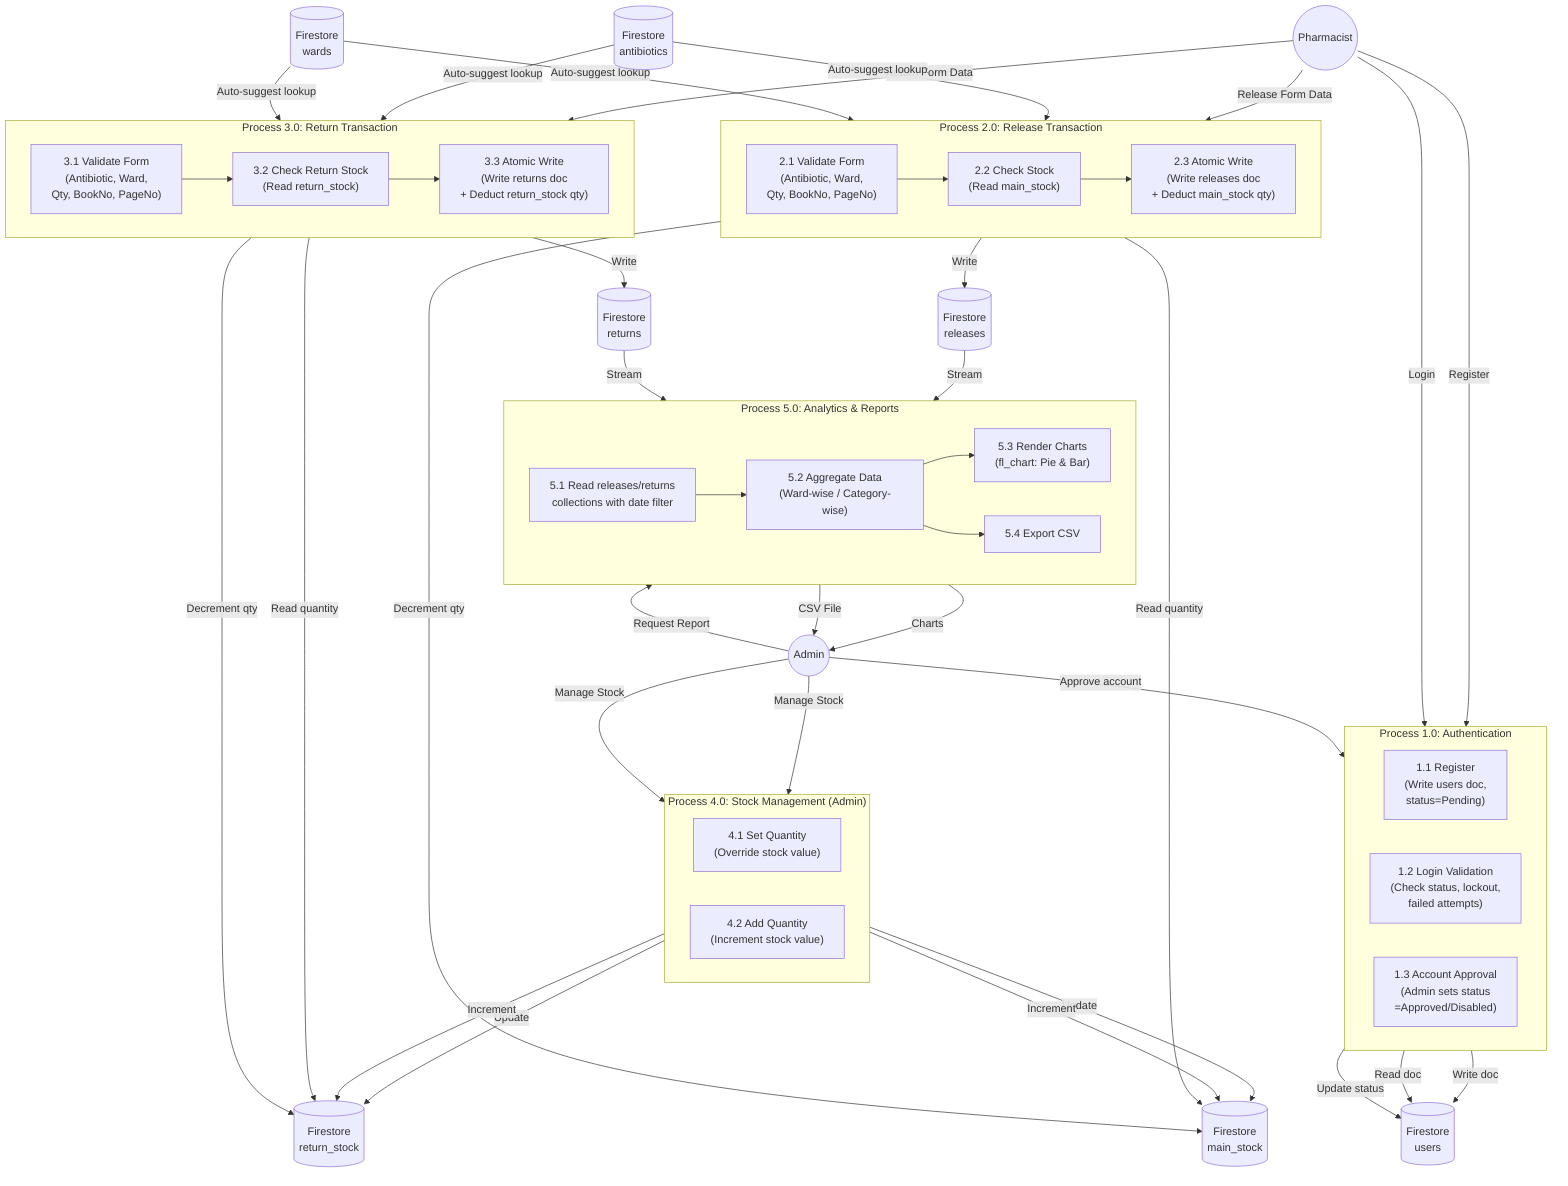
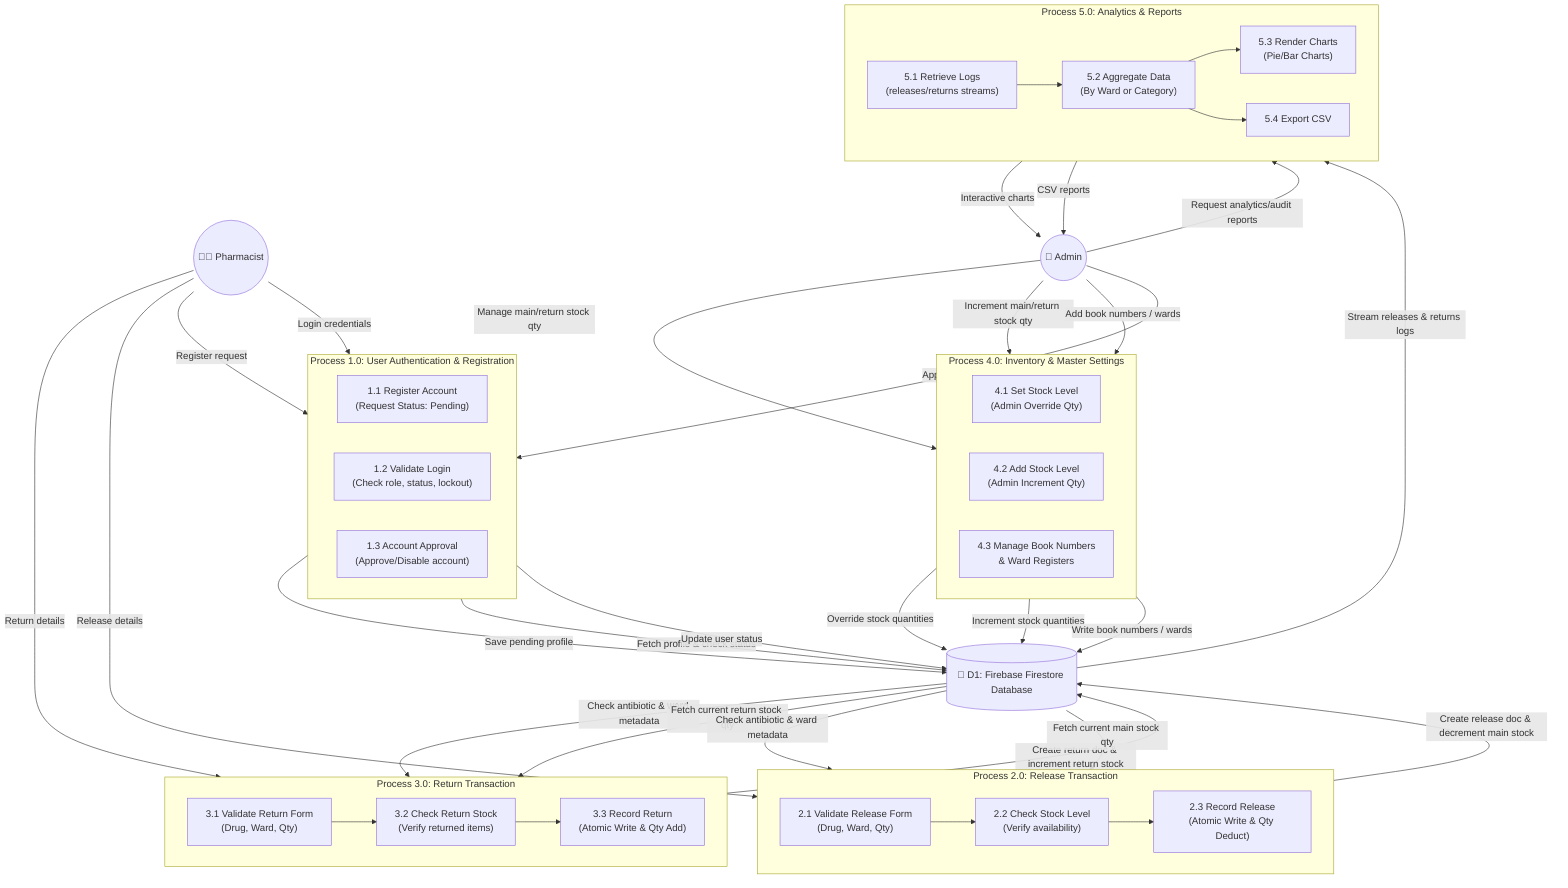
flowchart TD
-     Pharmacist((Pharmacist))
-     Admin((Admin))
+     %% External Entities
+     Pharmacist((🧑‍⚕️ Pharmacist))
+     Admin((👤 Admin))

-     subgraph P1["Process 1.0: Authentication"]
+     %% Unified Firestore Database Data Store
+     DB_Firestore[(💾 D1: Firebase Firestore Database)]
+ 
+     subgraph P1["Process 1.0: User Authentication & Registration"]
        direction LR
-         P1a["1.1 Register\n(Write users doc,\nstatus=Pending)"]
-         P1b["1.2 Login Validation\n(Check status, lockout,\nfailed attempts)"]
-         P1c["1.3 Account Approval\n(Admin sets status\n=Approved/Disabled)"]
+         P1a["1.1 Register Account\n(Request Status: Pending)"]
+         P1b["1.2 Validate Login\n(Check role, status, lockout)"]
+         P1c["1.3 Account Approval\n(Approve/Disable account)"]
    end

    subgraph P2["Process 2.0: Release Transaction"]
        direction LR
-         P2a["2.1 Validate Form\n(Antibiotic, Ward,\nQty, BookNo, PageNo)"]
-         P2b["2.2 Check Stock\n(Read main_stock)"]
-         P2c["2.3 Atomic Write\n(Write releases doc\n+ Deduct main_stock qty)"]
+         P2a["2.1 Validate Release Form\n(Drug, Ward, Qty)"]
+         P2b["2.2 Check Stock Level\n(Verify availability)"]
+         P2c["2.3 Record Release\n(Atomic Write & Qty Deduct)"]
    end

    subgraph P3["Process 3.0: Return Transaction"]
        direction LR
-         P3a["3.1 Validate Form\n(Antibiotic, Ward,\nQty, BookNo, PageNo)"]
-         P3b["3.2 Check Return Stock\n(Read return_stock)"]
-         P3c["3.3 Atomic Write\n(Write returns doc\n+ Deduct return_stock qty)"]
+         P3a["3.1 Validate Return Form\n(Drug, Ward, Qty)"]
+         P3b["3.2 Check Return Stock\n(Verify returned items)"]
+         P3c["3.3 Record Return\n(Atomic Write & Qty Add)"]
    end

-     subgraph P4["Process 4.0: Stock Management (Admin)"]
+     subgraph P4["Process 4.0: Inventory & Master Settings"]
        direction LR
-         P4a["4.1 Set Quantity\n(Override stock value)"]
-         P4b["4.2 Add Quantity\n(Increment stock value)"]
+         P4a["4.1 Set Stock Level\n(Admin Override Qty)"]
+         P4b["4.2 Add Stock Level\n(Admin Increment Qty)"]
+         P4c["4.3 Manage Book Numbers\n& Ward Registers"]
    end

    subgraph P5["Process 5.0: Analytics & Reports"]
        direction LR
-         P5a["5.1 Read releases/returns\ncollections with date filter"]
-         P5b["5.2 Aggregate Data\n(Ward-wise / Category-wise)"]
-         P5c["5.3 Render Charts\n(fl_chart: Pie & Bar)"]
+         P5a["5.1 Retrieve Logs\n(releases/returns streams)"]
+         P5b["5.2 Aggregate Data\n(By Ward or Category)"]
+         P5c["5.3 Render Charts\n(Pie/Bar Charts)"]
        P5d["5.4 Export CSV"]
    end

-     DB_Users[(Firestore\nusers)]
-     DB_Releases[(Firestore\nreleases)]
-     DB_Returns[(Firestore\nreturns)]
-     DB_MainStock[(Firestore\nmain_stock)]
-     DB_ReturnStock[(Firestore\nreturn_stock)]
-     DB_Antibiotics[(Firestore\nantibiotics)]
-     DB_Wards[(Firestore\nwards)]
+     %% Process 1.0 Connections
+     Pharmacist -->|Register request| P1a
+     Pharmacist -->|Login credentials| P1b
+     P1a -->|Save pending profile| DB_Firestore
+     P1b -->|Fetch profile & check status| DB_Firestore

-     Pharmacist -->|Register| P1a
-     Pharmacist -->|Login| P1b
-     P1a -->|Write doc| DB_Users
-     P1b -->|Read doc| DB_Users
+     Admin -->|Approve/Disable request| P1c
+     P1c -->|Update user status| DB_Firestore

-     Admin -->|Approve account| P1c
-     P1c -->|Update status| DB_Users
+     %% Process 2.0 Connections
+     Pharmacist -->|Release details| P2a
+     P2a --> P2b
+     DB_Firestore -->|Check antibiotic & ward metadata| P2a
+     DB_Firestore -->|Fetch current main stock qty| P2b
+     P2b --> P2c
+     P2c -->|Create release doc & decrement main stock| DB_Firestore

-     Pharmacist -->|Release Form Data| P2a
-     P2a --> P2b
-     P2b -->|Read quantity| DB_MainStock
-     P2b --> P2c
-     P2c -->|Write| DB_Releases
-     P2c -->|Decrement qty| DB_MainStock
+     %% Process 3.0 Connections
+     Pharmacist -->|Return details| P3a
+     P3a --> P3b
+     DB_Firestore -->|Check antibiotic & ward metadata| P3a
+     DB_Firestore -->|Fetch current return stock qty| P3b
+     P3b --> P3c
+     P3c -->|Create return doc & increment return stock| DB_Firestore

-     Pharmacist -->|Return Form Data| P3a
-     P3a --> P3b
-     P3b -->|Read quantity| DB_ReturnStock
-     P3b --> P3c
-     P3c -->|Write| DB_Returns
-     P3c -->|Decrement qty| DB_ReturnStock
+     %% Process 4.0 Connections
+     Admin -->|Manage main/return stock qty| P4a
+     Admin -->|Increment main/return stock qty| P4b
+     Admin -->|Add book numbers / wards| P4c

-     Admin -->|Manage Stock| P4a
-     Admin -->|Manage Stock| P4b
-     P4a -->|Update| DB_MainStock
-     P4a -->|Update| DB_ReturnStock
-     P4b -->|Increment| DB_MainStock
-     P4b -->|Increment| DB_ReturnStock
+     P4a -->|Override stock quantities| DB_Firestore
+     P4b -->|Increment stock quantities| DB_Firestore
+     P4c -->|Write book numbers / wards| DB_Firestore

-     Admin -->|Request Report| P5a
-     DB_Releases -->|Stream| P5a
-     DB_Returns -->|Stream| P5a
+     %% Process 5.0 Connections
+     Admin -->|Request analytics/audit reports| P5a
+     DB_Firestore -->|Stream releases & returns logs| P5a
    P5a --> P5b --> P5c
    P5b --> P5d
-     P5c -->|Charts| Admin
-     P5d -->|CSV File| Admin
- 
-     DB_Antibiotics -->|Auto-suggest lookup| P2a
-     DB_Antibiotics -->|Auto-suggest lookup| P3a
-     DB_Wards -->|Auto-suggest lookup| P2a
-     DB_Wards -->|Auto-suggest lookup| P3a
+     P5c -->|Interactive charts| Admin
+     P5d -->|CSV reports| Admin
